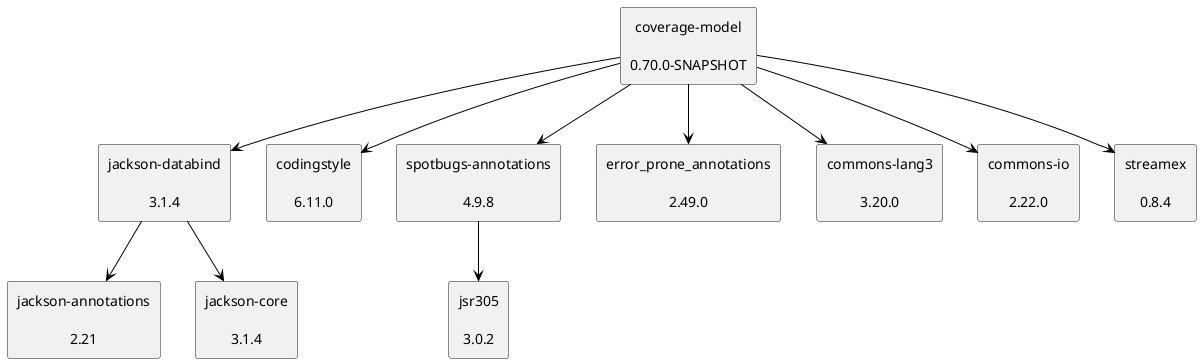
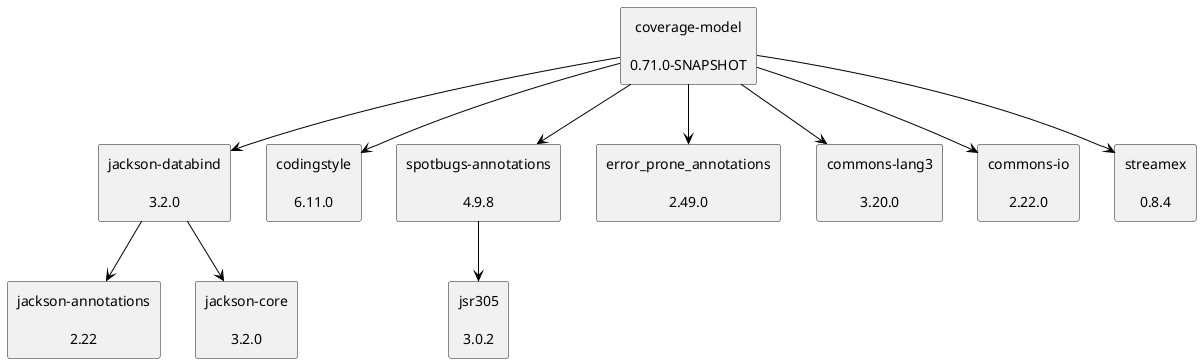
@startuml
skinparam defaultTextAlignment center
skinparam rectangle {
  BackgroundColor<<optional>> beige
  BackgroundColor<<test>> lightGreen
  BackgroundColor<<runtime>> lightBlue
  BackgroundColor<<provided>> lightGray
}
- rectangle "jackson-databind\n\n3.1.4" as tools_jackson_core_jackson_databind_jar
- rectangle "jackson-annotations\n\n2.21" as com_fasterxml_jackson_core_jackson_annotations_jar
- rectangle "jackson-core\n\n3.1.4" as tools_jackson_core_jackson_core_jar
- rectangle "coverage-model\n\n0.70.0-SNAPSHOT" as edu_hm_hafner_coverage_model_jar
+ rectangle "jackson-databind\n\n3.2.0" as tools_jackson_core_jackson_databind_jar
+ rectangle "jackson-annotations\n\n2.22" as com_fasterxml_jackson_core_jackson_annotations_jar
+ rectangle "jackson-core\n\n3.2.0" as tools_jackson_core_jackson_core_jar
+ rectangle "coverage-model\n\n0.71.0-SNAPSHOT" as edu_hm_hafner_coverage_model_jar
rectangle "codingstyle\n\n6.11.0" as edu_hm_hafner_codingstyle_jar
rectangle "spotbugs-annotations\n\n4.9.8" as com_github_spotbugs_spotbugs_annotations_jar
rectangle "jsr305\n\n3.0.2" as com_google_code_findbugs_jsr305_jar
rectangle "error_prone_annotations\n\n2.49.0" as com_google_errorprone_error_prone_annotations_jar
rectangle "commons-lang3\n\n3.20.0" as org_apache_commons_commons_lang3_jar
rectangle "commons-io\n\n2.22.0" as commons_io_commons_io_jar
rectangle "streamex\n\n0.8.4" as one_util_streamex_jar
tools_jackson_core_jackson_databind_jar -[#000000]-> com_fasterxml_jackson_core_jackson_annotations_jar
tools_jackson_core_jackson_databind_jar -[#000000]-> tools_jackson_core_jackson_core_jar
edu_hm_hafner_coverage_model_jar -[#000000]-> tools_jackson_core_jackson_databind_jar
edu_hm_hafner_coverage_model_jar -[#000000]-> edu_hm_hafner_codingstyle_jar
com_github_spotbugs_spotbugs_annotations_jar -[#000000]-> com_google_code_findbugs_jsr305_jar
edu_hm_hafner_coverage_model_jar -[#000000]-> com_github_spotbugs_spotbugs_annotations_jar
edu_hm_hafner_coverage_model_jar -[#000000]-> com_google_errorprone_error_prone_annotations_jar
edu_hm_hafner_coverage_model_jar -[#000000]-> org_apache_commons_commons_lang3_jar
edu_hm_hafner_coverage_model_jar -[#000000]-> commons_io_commons_io_jar
edu_hm_hafner_coverage_model_jar -[#000000]-> one_util_streamex_jar
@enduml